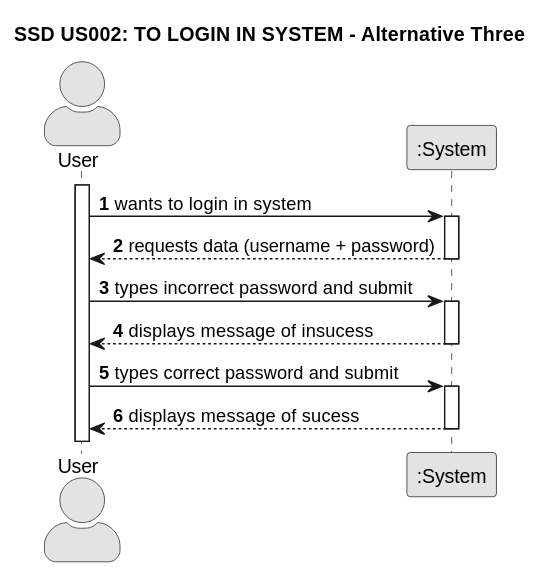
This is docs/sprint01/us002/01.requirements-engineering/svg/us002-system-sequence-diagram-alternative-three.svg from TiagoMagalhaes1232507/Testando-projeto, a PlantUML export, as it was before one commit. Source of this version:
```plantuml
@startuml
skinparam monochrome true
skinparam packageStyle rectangle
skinparam shadowing false
skinparam actorStyle awesome


title SSD US002: TO LOGIN IN SYSTEM - Alternative Three

autonumber

actor "User" as User
participant ":System" as System

activate User

    User -> System : wants to login in system
    activate System

        System --> User : requests data (username + password)
    deactivate System

    User -> System : types incorrect password and submit
    activate System

        System --> User :displays message of insucess
    deactivate System

    User -> System : types correct password and submit
    activate System

        System --> User :displays message of sucess
    deactivate System
@enduml
```
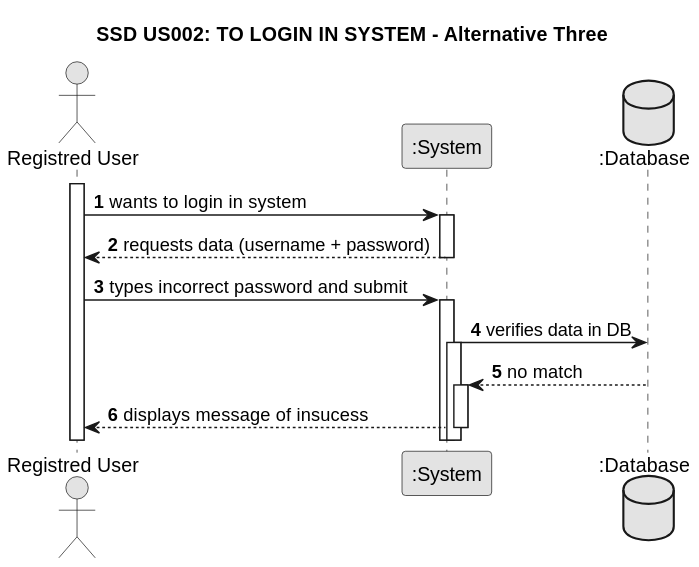
After the change.

What changed in the source:
```diff
@@ -2,15 +2,16 @@
 skinparam monochrome true
 skinparam packageStyle rectangle
 skinparam shadowing false
-skinparam actorStyle awesome
+
 
 
 title SSD US002: TO LOGIN IN SYSTEM - Alternative Three
 
 autonumber
 
-actor "User" as User
+actor "Registred User" as User
 participant ":System" as System
+database ":Database" as Database
 
 activate User
 
@@ -23,12 +24,12 @@
     User -> System : types incorrect password and submit
     activate System
 
+        System -> Database : verifies data in DB
+    activate System
+
+       Database --> System : no match
+    activate System
+
         System --> User :displays message of insucess
     deactivate System
-
-    User -> System : types correct password and submit
-    activate System
-
-        System --> User :displays message of sucess
-    deactivate System
 @enduml
```
